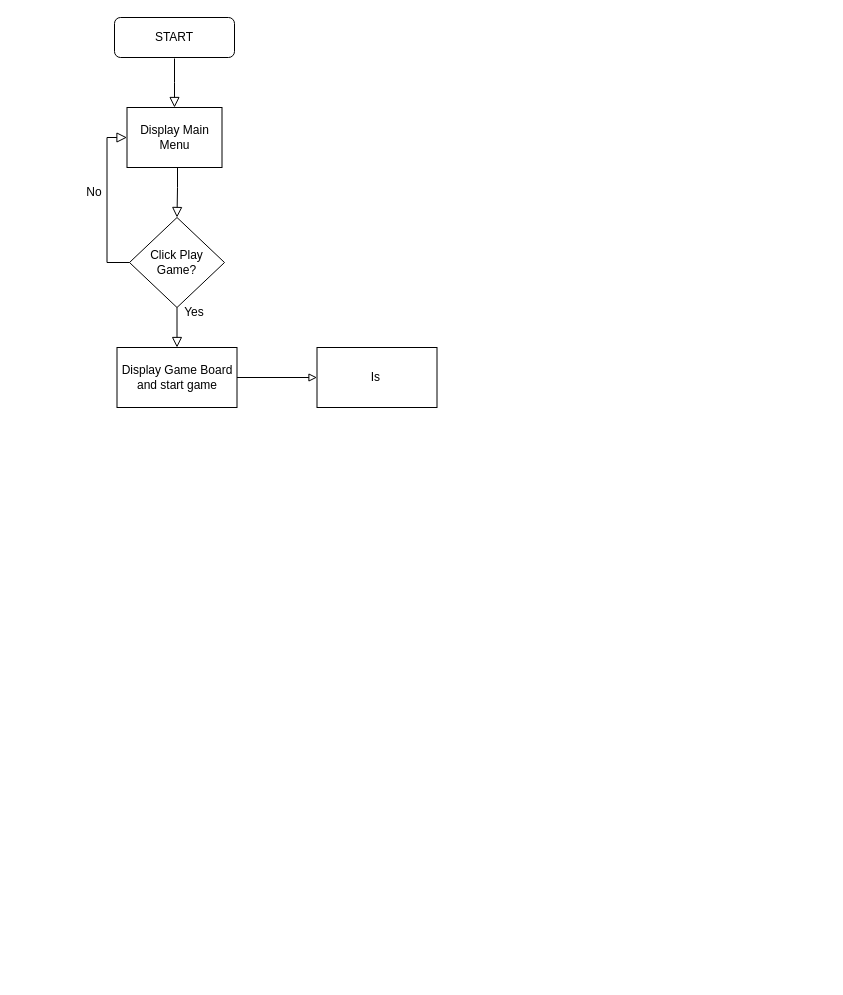
Above: Tetris/Properties/TetrisFlowchart.drawio in Hashir-Majeed/Tetris (draw.io), before the change. Source tidied: cells renumbered, new cells numbered last; positions are measured from the earlier drawing's top-left corner, leaving out a move shared by most shapes. Both pictures are drawn from the tidied source at 100%, with x=0, y=0 at pixel (64, 17).
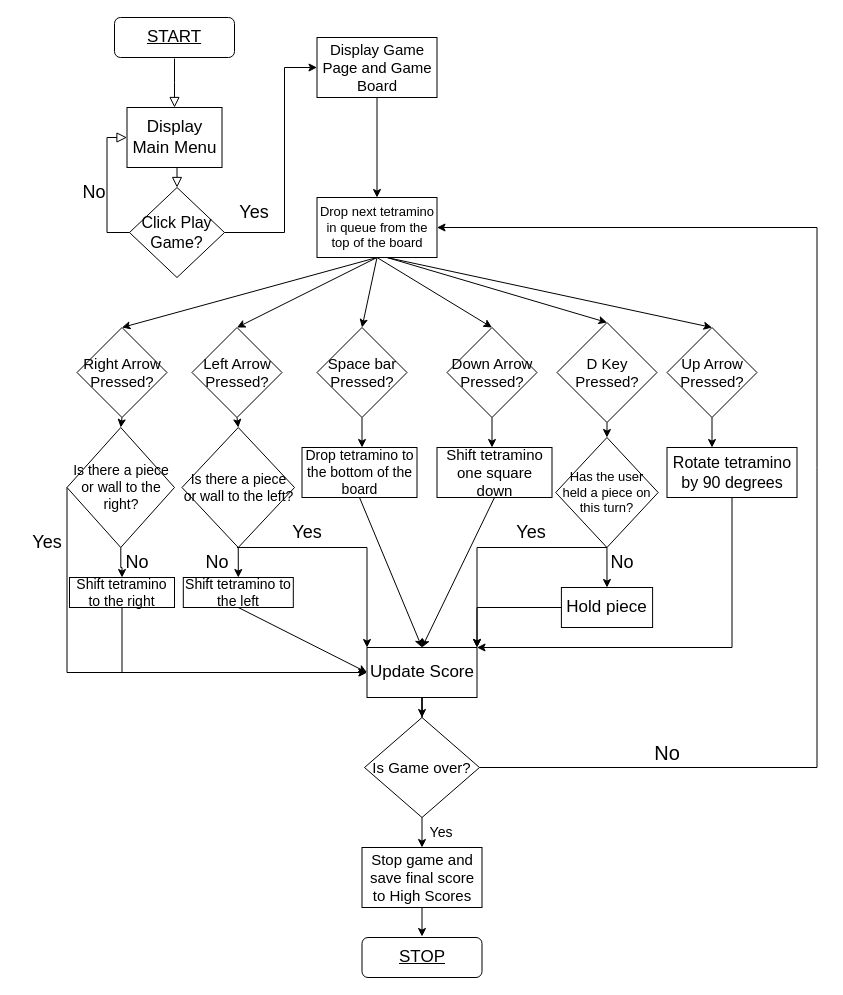
Above is the later version.

What changed in the source:
```diff
@@
-    <mxCell id="3" value="START" style="rounded=1;whiteSpace=wrap;html=1;fontSize=12;glass=0;strokeWidth=1;shadow=0;perimeterSpacing=1;labelBackgroundColor=none;" parent="1" vertex="1">
+    <mxCell id="3" value="START" style="rounded=1;whiteSpace=wrap;html=1;fontSize=17;glass=0;strokeWidth=1;shadow=0;perimeterSpacing=1;labelBackgroundColor=none;fontStyle=4;" parent="1" vertex="1">
       <mxGeometry x="50" width="120" height="40" as="geometry" />
     </mxCell>
-    <mxCell id="4" value="Display Main Menu" style="rounded=0;whiteSpace=wrap;html=1;fontSize=12;glass=0;strokeWidth=1;shadow=0;" parent="1" vertex="1">
+    <mxCell id="4" value="Display Main Menu" style="rounded=0;whiteSpace=wrap;html=1;fontSize=17;glass=0;strokeWidth=1;shadow=0;" parent="1" vertex="1">
       <mxGeometry x="62.5" y="90" width="95" height="60" as="geometry" />
     </mxCell>
-    <mxCell id="5" value="&lt;font style=&quot;font-size: 12px&quot;&gt;Click Play Game?&lt;/font&gt;" style="rhombus;whiteSpace=wrap;html=1;rounded=0;labelBackgroundColor=none;" parent="1" vertex="1">
-      <mxGeometry x="65" y="200" width="95" height="90" as="geometry" />
+    <mxCell id="5" value="&lt;font style=&quot;font-size: 16px;&quot;&gt;Click Play Game?&lt;/font&gt;" style="rhombus;whiteSpace=wrap;html=1;rounded=0;labelBackgroundColor=none;fontSize=16;" parent="1" vertex="1">
+      <mxGeometry x="65" y="170" width="95" height="90" as="geometry" />
     </mxCell>
@@
-    <mxCell id="8" value="No" style="text;html=1;strokeColor=none;fillColor=none;align=center;verticalAlign=middle;whiteSpace=wrap;rounded=0;labelBackgroundColor=none;" parent="1" vertex="1">
+    <mxCell id="8" value="No" style="text;html=1;strokeColor=none;fillColor=none;align=center;verticalAlign=middle;whiteSpace=wrap;rounded=0;labelBackgroundColor=none;fontSize=18;" parent="1" vertex="1">
       <mxGeometry y="160" width="60" height="30" as="geometry" />
     </mxCell>
-    <mxCell id="9" style="rounded=0;html=1;jettySize=auto;fontSize=11;endArrow=block;endFill=0;endSize=8;strokeWidth=1;shadow=0;labelBackgroundColor=none;edgeStyle=orthogonalEdgeStyle;exitX=0.5;exitY=1;exitDx=0;exitDy=0;entryX=0.5;entryY=0;entryDx=0;entryDy=0;" parent="1" edge="1" source="5" target="11">
-      <mxGeometry relative="1" as="geometry" />
-    </mxCell>
-    <mxCell id="10" style="edgeStyle=orthogonalEdgeStyle;rounded=0;jettySize=auto;html=1;fontSize=12;endArrow=block;endFill=0;" parent="1" edge="1" source="11" target="13">
-      <mxGeometry relative="1" as="geometry" />
-    </mxCell>
-    <mxCell id="11" value="Display Game Board and start game" style="rounded=0;whiteSpace=wrap;html=1;labelBackgroundColor=none;" parent="1" vertex="1">
-      <mxGeometry x="52.5" y="330" width="120" height="60" as="geometry" />
-    </mxCell>
-    <mxCell id="12" value="Yes" style="text;html=1;strokeColor=none;fillColor=none;align=center;verticalAlign=middle;whiteSpace=wrap;rounded=0;labelBackgroundColor=none;" parent="1" vertex="1">
-      <mxGeometry x="100" y="280" width="60" height="30" as="geometry" />
-    </mxCell>
-    <mxCell id="13" value="Is&amp;nbsp;" style="rounded=0;whiteSpace=wrap;html=1;labelBackgroundColor=none;" parent="1" vertex="1">
-      <mxGeometry x="252.5" y="330" width="120" height="60" as="geometry" />
+    <mxCell id="13" value="Drop next tetramino in queue from the top of the board" style="rounded=0;whiteSpace=wrap;html=1;labelBackgroundColor=none;fontSize=13;" parent="1" vertex="1">
+      <mxGeometry x="252.5" y="180" width="120" height="60" as="geometry" />
     </mxCell>
+    <mxCell id="14" style="endArrow=classic;html=1;rounded=0;exitX=0.5;exitY=1;exitDx=0;exitDy=0;entryX=0.5;entryY=0;entryDx=0;entryDy=0;" parent="1" edge="1" source="13" target="20">
+      <mxGeometry relative="1" as="geometry" />
+    </mxCell>
+    <mxCell id="15" style="endArrow=classic;html=1;rounded=0;exitX=0.5;exitY=1;exitDx=0;exitDy=0;entryX=0.5;entryY=0;entryDx=0;entryDy=0;" parent="1" edge="1" source="13" target="21">
+      <mxGeometry relative="1" as="geometry" />
+    </mxCell>
+    <mxCell id="16" style="endArrow=classic;html=1;rounded=0;exitX=0.5;exitY=1;exitDx=0;exitDy=0;entryX=0.5;entryY=0;entryDx=0;entryDy=0;" parent="1" edge="1" source="13" target="22">
+      <mxGeometry relative="1" as="geometry" />
+    </mxCell>
+    <mxCell id="17" style="endArrow=classic;html=1;rounded=0;exitX=0.5;exitY=1;exitDx=0;exitDy=0;entryX=0.5;entryY=0;entryDx=0;entryDy=0;" parent="1" edge="1" source="13" target="23">
+      <mxGeometry relative="1" as="geometry" />
+    </mxCell>
+    <mxCell id="18" style="endArrow=classic;html=1;rounded=0;entryX=0.5;entryY=0;entryDx=0;entryDy=0;" parent="1" edge="1" target="25">
+      <mxGeometry relative="1" as="geometry">
+        <mxPoint x="322.5" y="240" as="sourcePoint" />
+      </mxGeometry>
+    </mxCell>
+    <mxCell id="19" style="endArrow=classic;html=1;rounded=0;entryX=0.5;entryY=0;entryDx=0;entryDy=0;" parent="1" edge="1" target="24">
+      <mxGeometry relative="1" as="geometry">
+        <mxPoint x="322.5" y="240" as="sourcePoint" />
+      </mxGeometry>
+    </mxCell>
+    <mxCell id="20" value="Right Arrow Pressed?" style="rhombus;whiteSpace=wrap;html=1;fontSize=15;" parent="1" vertex="1">
+      <mxGeometry x="12.5" y="310" width="90" height="90" as="geometry" />
+    </mxCell>
+    <mxCell id="21" value="Left Arrow Pressed?" style="rhombus;whiteSpace=wrap;html=1;fontSize=15;" parent="1" vertex="1">
+      <mxGeometry x="127.5" y="310" width="90" height="90" as="geometry" />
+    </mxCell>
+    <mxCell id="22" value="Space bar Pressed?" style="rhombus;whiteSpace=wrap;html=1;fontSize=15;" parent="1" vertex="1">
+      <mxGeometry x="252.5" y="310" width="90" height="90" as="geometry" />
+    </mxCell>
+    <mxCell id="23" value="Down Arrow Pressed?" style="rhombus;whiteSpace=wrap;html=1;fontSize=15;" parent="1" vertex="1">
+      <mxGeometry x="382.5" y="310" width="90" height="90" as="geometry" />
+    </mxCell>
+    <mxCell id="24" value="D Key Pressed?" style="rhombus;whiteSpace=wrap;html=1;fontSize=15;" parent="1" vertex="1">
+      <mxGeometry x="492.5" y="305" width="100" height="100" as="geometry" />
+    </mxCell>
+    <mxCell id="25" value="Up Arrow Pressed?" style="rhombus;whiteSpace=wrap;html=1;fontSize=15;" parent="1" vertex="1">
+      <mxGeometry x="602.5" y="310" width="90" height="90" as="geometry" />
+    </mxCell>
+    <mxCell id="26" style="endArrow=classic;html=1;rounded=0;exitX=0.5;exitY=1;exitDx=0;exitDy=0;entryX=0.5;entryY=0;entryDx=0;entryDy=0;" parent="1" edge="1" source="20" target="36">
+      <mxGeometry relative="1" as="geometry" />
+    </mxCell>
+    <mxCell id="27" style="endArrow=classic;html=1;rounded=0;exitX=0.5;exitY=1;exitDx=0;exitDy=0;entryX=0.5;entryY=0;entryDx=0;entryDy=0;" parent="1" edge="1" source="21" target="37">
+      <mxGeometry relative="1" as="geometry" />
+    </mxCell>
+    <mxCell id="28" style="endArrow=classic;html=1;rounded=0;exitX=0.5;exitY=1;exitDx=0;exitDy=0;" parent="1" edge="1" source="22">
+      <mxGeometry relative="1" as="geometry">
+        <mxPoint x="297.5" y="430" as="targetPoint" />
+      </mxGeometry>
+    </mxCell>
+    <mxCell id="29" style="endArrow=classic;html=1;rounded=0;exitX=0.5;exitY=1;exitDx=0;exitDy=0;" parent="1" edge="1" source="23">
+      <mxGeometry relative="1" as="geometry">
+        <mxPoint x="427.5" y="430" as="targetPoint" />
+      </mxGeometry>
+    </mxCell>
+    <mxCell id="30" style="endArrow=classic;html=1;rounded=0;exitX=0.5;exitY=1;exitDx=0;exitDy=0;entryX=0.5;entryY=0;entryDx=0;entryDy=0;" parent="1" edge="1" source="24" target="38">
+      <mxGeometry relative="1" as="geometry" />
+    </mxCell>
+    <mxCell id="31" style="endArrow=classic;html=1;rounded=0;exitX=0.5;exitY=1;exitDx=0;exitDy=0;" parent="1" edge="1" source="25">
+      <mxGeometry relative="1" as="geometry">
+        <mxPoint x="647.5" y="430" as="targetPoint" />
+      </mxGeometry>
+    </mxCell>
+    <mxCell id="32" value="Drop tetramino to the bottom of the board" style="rounded=0;whiteSpace=wrap;html=1;fontSize=14;" parent="1" vertex="1">
+      <mxGeometry x="237.5" y="430" width="115" height="50" as="geometry" />
+    </mxCell>
+    <mxCell id="33" value="Shift tetramino one square down" style="rounded=0;whiteSpace=wrap;html=1;fontSize=15;" parent="1" vertex="1">
+      <mxGeometry x="372.5" y="430" width="115" height="50" as="geometry" />
+    </mxCell>
+    <mxCell id="34" value="Rotate tetramino by 90 degrees" style="rounded=0;whiteSpace=wrap;html=1;fontSize=16;" parent="1" vertex="1">
+      <mxGeometry x="602.5" y="430" width="130" height="50" as="geometry" />
+    </mxCell>
+    <mxCell id="35" style="edgeStyle=orthogonalEdgeStyle;rounded=0;jettySize=auto;html=1;fontSize=12;" parent="1" edge="1" source="36" target="47">
+      <mxGeometry relative="1" as="geometry" />
+    </mxCell>
+    <mxCell id="36" value="Is there a piece or wall to the right?" style="rhombus;whiteSpace=wrap;html=1;fontSize=14;" parent="1" vertex="1">
+      <mxGeometry x="2.5" y="410" width="107.5" height="120" as="geometry" />
+    </mxCell>
+    <mxCell id="37" value="Is there a piece or wall to the left?" style="rhombus;whiteSpace=wrap;html=1;fontSize=14;" parent="1" vertex="1">
+      <mxGeometry x="117.5" y="410" width="112.5" height="120" as="geometry" />
+    </mxCell>
+    <mxCell id="38" value="&lt;font style=&quot;font-size: 13px;&quot;&gt;Has the user held a piece on this turn?&lt;/font&gt;" style="rhombus;whiteSpace=wrap;html=1;fontSize=13;" parent="1" vertex="1">
+      <mxGeometry x="491.2" y="420" width="102.5" height="110" as="geometry" />
+    </mxCell>
+    <mxCell id="39" style="edgeStyle=orthogonalEdgeStyle;rounded=0;jettySize=auto;html=1;fontSize=12;" parent="1" edge="1" source="40" target="41">
+      <mxGeometry relative="1" as="geometry" />
+    </mxCell>
+    <mxCell id="40" value="&lt;font style=&quot;font-size: 17px;&quot;&gt;Update Score&lt;/font&gt;" style="rounded=0;whiteSpace=wrap;html=1;fontSize=17;" parent="1" vertex="1">
+      <mxGeometry x="302.5" y="630" width="110" height="50" as="geometry" />
+    </mxCell>
+    <mxCell id="41" value="&lt;font style=&quot;font-size: 15px;&quot;&gt;Is Game over?&lt;/font&gt;" style="rhombus;whiteSpace=wrap;html=1;fontSize=15;rounded=0;" parent="1" vertex="1">
+      <mxGeometry x="300" y="700" width="115" height="100" as="geometry" />
+    </mxCell>
+    <mxCell id="42" style="endArrow=classic;html=1;rounded=0;fontSize=12;exitX=0.5;exitY=1;exitDx=0;exitDy=0;entryX=0.5;entryY=0;entryDx=0;entryDy=0;" parent="1" edge="1" source="32" target="40">
+      <mxGeometry relative="1" as="geometry" />
+    </mxCell>
+    <mxCell id="43" style="endArrow=classic;html=1;rounded=0;fontSize=12;exitX=0.5;exitY=1;exitDx=0;exitDy=0;entryX=0.5;entryY=0;entryDx=0;entryDy=0;" parent="1" edge="1" source="33" target="40">
+      <mxGeometry relative="1" as="geometry" />
+    </mxCell>
+    <mxCell id="44" style="endArrow=classic;html=1;rounded=0;fontSize=12;exitX=0.5;exitY=1;exitDx=0;exitDy=0;entryX=1;entryY=0;entryDx=0;entryDy=0;" parent="1" edge="1" source="34" target="40">
+      <mxGeometry relative="1" as="geometry">
+        <Array as="points">
+          <mxPoint x="667.5" y="630" />
+          <mxPoint x="522.5" y="630" />
+        </Array>
+      </mxGeometry>
+    </mxCell>
+    <mxCell id="45" style="endArrow=classic;html=1;rounded=0;fontSize=12;exitX=0;exitY=0.5;exitDx=0;exitDy=0;entryX=0;entryY=0.5;entryDx=0;entryDy=0;" parent="1" edge="1" source="36" target="40">
+      <mxGeometry relative="1" as="geometry">
+        <Array as="points">
+          <mxPoint x="2.5" y="655" />
+        </Array>
+      </mxGeometry>
+    </mxCell>
+    <mxCell id="46" value="Yes" style="text;html=1;strokeColor=none;fillColor=none;align=center;verticalAlign=middle;whiteSpace=wrap;rounded=0;fontSize=18;" parent="1" vertex="1">
+      <mxGeometry x="-47.5" y="510" width="60" height="30" as="geometry" />
+    </mxCell>
+    <mxCell id="47" value="Shift tetramino to the right" style="whiteSpace=wrap;html=1;fontSize=14;" parent="1" vertex="1">
+      <mxGeometry x="5" y="560" width="105" height="30" as="geometry" />
+    </mxCell>
+    <mxCell id="48" value="No" style="text;html=1;strokeColor=none;fillColor=none;align=center;verticalAlign=middle;whiteSpace=wrap;rounded=0;fontSize=18;" parent="1" vertex="1">
+      <mxGeometry x="42.5" y="530" width="60" height="30" as="geometry" />
+    </mxCell>
+    <mxCell id="49" style="endArrow=classic;html=1;rounded=0;fontSize=12;exitX=0.5;exitY=1;exitDx=0;exitDy=0;entryX=0;entryY=0.5;entryDx=0;entryDy=0;" parent="1" edge="1" source="47" target="40">
+      <mxGeometry relative="1" as="geometry">
+        <Array as="points">
+          <mxPoint x="57.5" y="655" />
+        </Array>
+      </mxGeometry>
+    </mxCell>
+    <mxCell id="50" style="endArrow=classic;html=1;rounded=0;fontSize=12;exitX=0.5;exitY=1;exitDx=0;exitDy=0;" parent="1" edge="1" source="37">
+      <mxGeometry relative="1" as="geometry">
+        <mxPoint x="173.8" y="530" as="targetPoint" />
+      </mxGeometry>
+    </mxCell>
+    <mxCell id="51" value="Shift tetramino to the left" style="rounded=0;whiteSpace=wrap;html=1;fontSize=14;" parent="1" vertex="1">
+      <mxGeometry x="118.8" y="560" width="110" height="30" as="geometry" />
+    </mxCell>
+    <mxCell id="52" style="endArrow=classic;html=1;rounded=0;fontSize=12;exitX=0.5;exitY=1;exitDx=0;exitDy=0;entryX=0.5;entryY=0;entryDx=0;entryDy=0;" parent="1" edge="1" source="37" target="51">
+      <mxGeometry relative="1" as="geometry" />
+    </mxCell>
+    <mxCell id="53" value="No" style="text;html=1;strokeColor=none;fillColor=none;align=center;verticalAlign=middle;whiteSpace=wrap;rounded=0;fontSize=18;" parent="1" vertex="1">
+      <mxGeometry x="122.5" y="530" width="60" height="30" as="geometry" />
+    </mxCell>
+    <mxCell id="54" style="endArrow=classic;html=1;rounded=0;fontSize=12;exitX=0.5;exitY=1;exitDx=0;exitDy=0;entryX=0;entryY=0.5;entryDx=0;entryDy=0;" parent="1" edge="1" source="51" target="40">
+      <mxGeometry relative="1" as="geometry" />
+    </mxCell>
+    <mxCell id="55" style="endArrow=classic;html=1;rounded=0;fontSize=12;entryX=0;entryY=0;entryDx=0;entryDy=0;" parent="1" edge="1" target="40">
+      <mxGeometry relative="1" as="geometry">
+        <mxPoint x="172.5" y="530" as="sourcePoint" />
+        <Array as="points">
+          <mxPoint x="302.5" y="530" />
+        </Array>
+      </mxGeometry>
+    </mxCell>
+    <mxCell id="56" value="Yes" style="text;html=1;strokeColor=none;fillColor=none;align=center;verticalAlign=middle;whiteSpace=wrap;rounded=0;fontSize=18;" parent="1" vertex="1">
+      <mxGeometry x="212.5" y="500" width="60" height="30" as="geometry" />
+    </mxCell>
+    <mxCell id="57" value="Hold piece" style="rounded=0;whiteSpace=wrap;html=1;fontSize=17;" parent="1" vertex="1">
+      <mxGeometry x="496.9" y="570" width="91.2" height="40" as="geometry" />
+    </mxCell>
+    <mxCell id="58" style="endArrow=classic;html=1;rounded=0;fontSize=12;exitX=0.5;exitY=1;exitDx=0;exitDy=0;entryX=0.5;entryY=0;entryDx=0;entryDy=0;" parent="1" edge="1" source="38" target="57">
+      <mxGeometry relative="1" as="geometry" />
+    </mxCell>
+    <mxCell id="59" style="endArrow=classic;html=1;rounded=0;fontSize=12;exitX=0.5;exitY=1;exitDx=0;exitDy=0;entryX=1;entryY=0;entryDx=0;entryDy=0;" parent="1" edge="1" source="38" target="40">
+      <mxGeometry relative="1" as="geometry">
+        <Array as="points">
+          <mxPoint x="412.5" y="530" />
+        </Array>
+      </mxGeometry>
+    </mxCell>
+    <mxCell id="60" value="Yes" style="text;html=1;strokeColor=none;fillColor=none;align=center;verticalAlign=middle;whiteSpace=wrap;rounded=0;fontSize=18;" parent="1" vertex="1">
+      <mxGeometry x="436.9" y="500" width="60" height="30" as="geometry" />
+    </mxCell>
+    <mxCell id="61" value="No" style="text;html=1;strokeColor=none;fillColor=none;align=center;verticalAlign=middle;whiteSpace=wrap;rounded=0;fontSize=18;" parent="1" vertex="1">
+      <mxGeometry x="528.1" y="530" width="60" height="30" as="geometry" />
+    </mxCell>
+    <mxCell id="62" style="endArrow=classic;html=1;rounded=0;fontSize=12;exitX=0;exitY=0.5;exitDx=0;exitDy=0;" parent="1" edge="1" source="57">
+      <mxGeometry relative="1" as="geometry">
+        <mxPoint x="412.5" y="630" as="targetPoint" />
+        <Array as="points">
+          <mxPoint x="412.5" y="590" />
+        </Array>
+      </mxGeometry>
+    </mxCell>
+    <mxCell id="63" style="endArrow=classic;html=1;rounded=0;fontSize=12;exitX=1;exitY=0.5;exitDx=0;exitDy=0;entryX=1;entryY=0.5;entryDx=0;entryDy=0;" parent="1" edge="1" source="41" target="13">
+      <mxGeometry relative="1" as="geometry">
+        <Array as="points">
+          <mxPoint x="752.5" y="750" />
+          <mxPoint x="752.5" y="450" />
+          <mxPoint x="752.5" y="210" />
+        </Array>
+      </mxGeometry>
+    </mxCell>
+    <mxCell id="64" value="No" style="text;html=1;strokeColor=none;fillColor=none;align=center;verticalAlign=middle;whiteSpace=wrap;rounded=0;fontSize=20;" parent="1" vertex="1">
+      <mxGeometry x="572.5" y="720" width="60" height="30" as="geometry" />
+    </mxCell>
+    <mxCell id="65" style="endArrow=classic;html=1;rounded=0;fontSize=12;exitX=0.5;exitY=1;exitDx=0;exitDy=0;" parent="1" edge="1" source="41" target="66">
+      <mxGeometry relative="1" as="geometry" />
+    </mxCell>
+    <mxCell id="66" value="Stop game and save final score to High Scores" style="rounded=0;whiteSpace=wrap;html=1;fontSize=15;" parent="1" vertex="1">
+      <mxGeometry x="297.5" y="830" width="120" height="60" as="geometry" />
+    </mxCell>
+    <mxCell id="67" value="Yes" style="text;html=1;strokeColor=none;fillColor=none;align=center;verticalAlign=middle;whiteSpace=wrap;rounded=0;fontSize=14;" parent="1" vertex="1">
+      <mxGeometry x="346.5" y="800" width="60" height="30" as="geometry" />
+    </mxCell>
+    <mxCell id="68" style="endArrow=classic;html=1;rounded=0;fontSize=14;exitX=1;exitY=0.5;exitDx=0;exitDy=0;entryX=0;entryY=0.5;entryDx=0;entryDy=0;" parent="1" edge="1" source="5" target="69">
+      <mxGeometry relative="1" as="geometry">
+        <Array as="points">
+          <mxPoint x="220" y="215" />
+          <mxPoint x="220" y="50" />
+        </Array>
+      </mxGeometry>
+    </mxCell>
+    <mxCell id="69" value="&lt;font style=&quot;font-size: 15px;&quot;&gt;Display Game Page and Game Board&lt;/font&gt;" style="rounded=0;whiteSpace=wrap;html=1;fontSize=15;" parent="1" vertex="1">
+      <mxGeometry x="252.5" y="20" width="120" height="60" as="geometry" />
+    </mxCell>
+    <mxCell id="70" value="Yes" style="text;html=1;strokeColor=none;fillColor=none;align=center;verticalAlign=middle;whiteSpace=wrap;rounded=0;fontSize=18;" parent="1" vertex="1">
+      <mxGeometry x="160" y="180" width="60" height="30" as="geometry" />
+    </mxCell>
+    <mxCell id="71" style="endArrow=classic;html=1;rounded=0;fontSize=12;exitX=0.5;exitY=1;exitDx=0;exitDy=0;entryX=0.5;entryY=0;entryDx=0;entryDy=0;" parent="1" edge="1" source="69" target="13">
+      <mxGeometry relative="1" as="geometry" />
+    </mxCell>
+    <mxCell id="72" value="STOP" style="rounded=1;whiteSpace=wrap;html=1;fontSize=17;glass=0;strokeWidth=1;shadow=0;perimeterSpacing=1;labelBackgroundColor=none;fontStyle=4;" parent="1" vertex="1">
+      <mxGeometry x="297.5" y="920" width="120" height="40" as="geometry" />
+    </mxCell>
+    <mxCell id="73" style="endArrow=classic;html=1;rounded=0;fontSize=12;exitX=0.5;exitY=1;exitDx=0;exitDy=0;entryX=0.5;entryY=0;entryDx=0;entryDy=0;" parent="1" edge="1" source="66" target="72">
+      <mxGeometry relative="1" as="geometry" />
+    </mxCell>
```
